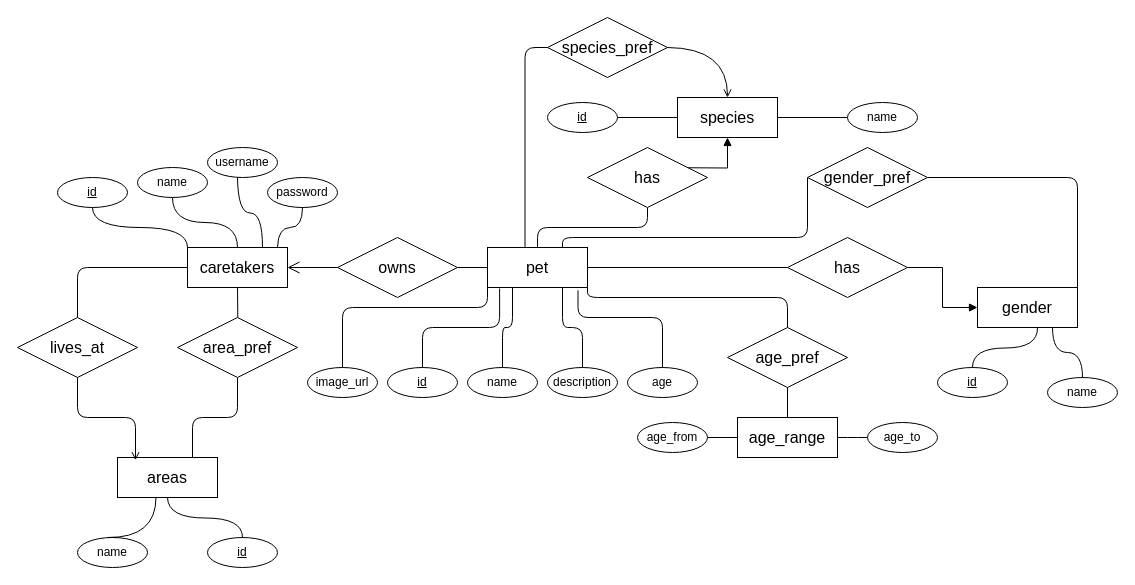
This is ER.drawio from idabidit/DIS_project_june, a draw.io file, before an edit. Source tidied: cells renumbered, new cells numbered last; positions are measured from the earlier drawing's top-left corner, leaving out a move shared by most shapes. Both pictures are drawn from the tidied source at 100%, with x=0, y=0 at pixel (17, 17).
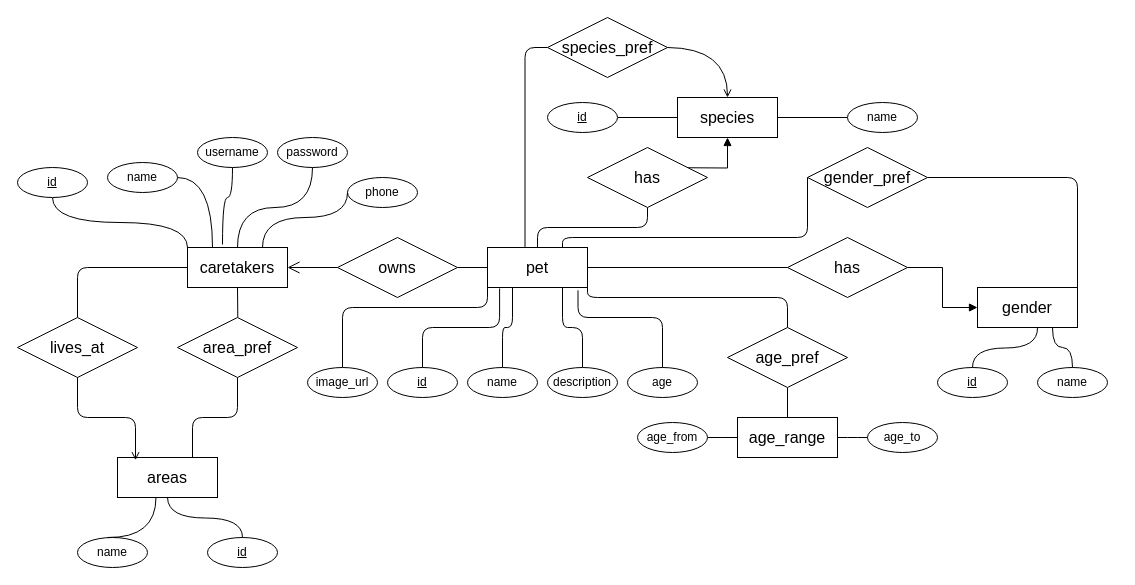
After the change.

Commit message (it also covers changes not shown here):
Added 'phone' in various places

The change refers to these unchanged cells:
```xml
<mxCell id="4" value="caretakers" style="whiteSpace=wrap;html=1;align=center;fontSize=16;" parent="1" vertex="1">
  <mxGeometry x="170" y="230" width="100" height="40" as="geometry" />
</mxCell>
```

What changed in the source:
```diff
@@
-    <mxCell id="13" style="edgeStyle=orthogonalEdgeStyle;rounded=0;jettySize=auto;html=1;endArrow=none;startFill=0;curved=1;" parent="1" edge="1" source="14" target="4">
+    <mxCell id="13" style="edgeStyle=orthogonalEdgeStyle;rounded=0;jettySize=auto;html=1;endArrow=none;startFill=0;curved=1;entryX=0.25;entryY=0;entryDx=0;entryDy=0;" parent="1" edge="1" source="14" target="4">
       <mxGeometry relative="1" as="geometry" />
     </mxCell>
     <mxCell id="14" value="name" style="ellipse;whiteSpace=wrap;html=1;align=center;" parent="1" vertex="1">
-      <mxGeometry x="120" y="150" width="70" height="30" as="geometry" />
+      <mxGeometry x="90" y="145" width="70" height="30" as="geometry" />
     </mxCell>
@@
     <mxCell id="16" value="&lt;u&gt;id&lt;/u&gt;" style="ellipse;whiteSpace=wrap;html=1;align=center;" parent="1" vertex="1">
-      <mxGeometry x="40" y="160" width="70" height="30" as="geometry" />
+      <mxGeometry y="150" width="70" height="30" as="geometry" />
     </mxCell>
@@
     <mxCell id="54" value="password" style="ellipse;whiteSpace=wrap;html=1;align=center;" parent="1" vertex="1">
-      <mxGeometry x="250" y="160" width="70" height="30" as="geometry" />
+      <mxGeometry x="260" y="120" width="70" height="30" as="geometry" />
     </mxCell>
-    <mxCell id="55" style="endArrow=none;html=1;rounded=0;entryX=0.5;entryY=1;entryDx=0;entryDy=0;edgeStyle=orthogonalEdgeStyle;curved=1;" parent="1" edge="1" target="54">
-      <mxGeometry relative="1" as="geometry">
-        <mxPoint x="260" y="230" as="sourcePoint" />
-      </mxGeometry>
+    <mxCell id="55" style="endArrow=none;html=1;rounded=0;entryX=0.5;entryY=1;entryDx=0;entryDy=0;edgeStyle=orthogonalEdgeStyle;curved=1;exitX=0.5;exitY=0;exitDx=0;exitDy=0;" parent="1" edge="1" source="4" target="54">
+      <mxGeometry relative="1" as="geometry" />
     </mxCell>
@@
     <mxCell id="60" value="username" style="ellipse;whiteSpace=wrap;html=1;align=center;" parent="1" vertex="1">
-      <mxGeometry x="190" y="130" width="70" height="30" as="geometry" />
+      <mxGeometry x="180" y="120" width="70" height="30" as="geometry" />
     </mxCell>
-    <mxCell id="61" style="endArrow=none;html=1;rounded=0;exitX=0.75;exitY=0;exitDx=0;exitDy=0;edgeStyle=orthogonalEdgeStyle;curved=1;" parent="1" edge="1" source="4">
+    <mxCell id="61" style="endArrow=none;html=1;rounded=0;exitX=0.35;exitY=-0.075;exitDx=0;exitDy=0;edgeStyle=orthogonalEdgeStyle;curved=1;entryX=0.5;entryY=1;entryDx=0;entryDy=0;exitPerimeter=0;" parent="1" edge="1" source="4" target="60">
       <mxGeometry relative="1" as="geometry">
-        <mxPoint x="220" y="160" as="targetPoint" />
+        <Array as="points">
+          <mxPoint x="205" y="180" />
+          <mxPoint x="215" y="180" />
+        </Array>
       </mxGeometry>
     </mxCell>
     <mxCell id="62" value="name" style="ellipse;whiteSpace=wrap;html=1;align=center;" parent="1" vertex="1">
-      <mxGeometry x="1030" y="360" width="70" height="30" as="geometry" />
+      <mxGeometry x="1020" y="350" width="70" height="30" as="geometry" />
     </mxCell>
@@
+    <mxCell id="67" value="phone" style="ellipse;whiteSpace=wrap;html=1;align=center;" parent="1" vertex="1">
+      <mxGeometry x="330" y="160" width="70" height="30" as="geometry" />
+    </mxCell>
+    <mxCell id="68" style="endArrow=none;html=1;rounded=0;entryX=0;entryY=0.5;entryDx=0;entryDy=0;edgeStyle=orthogonalEdgeStyle;curved=1;exitX=0.75;exitY=0;exitDx=0;exitDy=0;" parent="1" edge="1" source="4" target="67">
+      <mxGeometry relative="1" as="geometry">
+        <Array as="points">
+          <mxPoint x="245" y="200" />
+          <mxPoint x="330" y="200" />
+        </Array>
+      </mxGeometry>
+    </mxCell>
```
